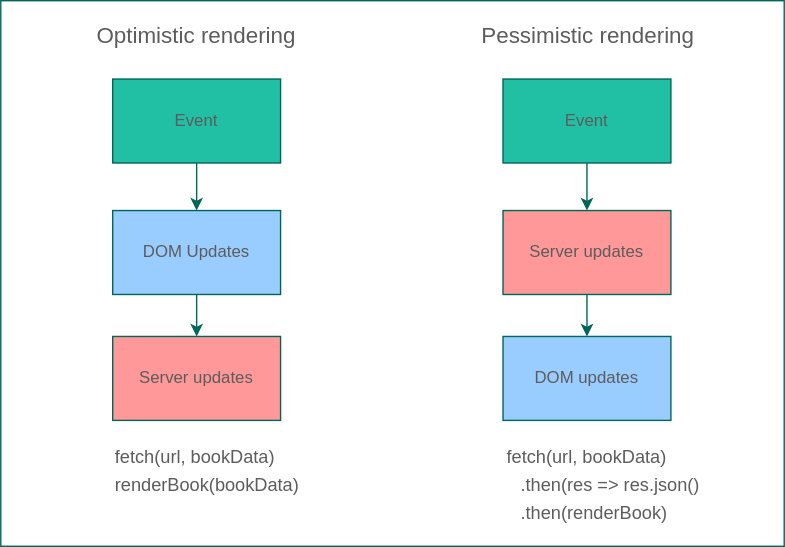
Earlier version of the draw.io export 05_POST_request/assets/optimistic-vs-pessimistic-rendering.drawio.svg (mayowa-aji/SENG-LIVE-112122-Phase-1-JS). Source tidied: cells renumbered, new cells last; positions are measured from the earlier drawing's top-left corner, leaving out a move shared by most shapes. Its diagram source:
```xml
<mxGraphModel>
  <root>
    <mxCell id="0" />
    <mxCell id="1" parent="0" />
    <mxCell id="2" style="rounded=0;whiteSpace=wrap;html=1;strokeColor=#006658;fontColor=#5C5C5C;fillColor=#FFFFFF;" parent="1" vertex="1">
      <mxGeometry width="560" height="390" as="geometry" />
    </mxCell>
    <mxCell id="3" value="Foreground" parent="0" />
    <mxCell id="4" style="edgeStyle=orthogonalEdgeStyle;rounded=0;jettySize=auto;html=1;strokeColor=#006658;fontColor=#5C5C5C;fillColor=#21C0A5;" parent="3" edge="1" source="5" target="7">
      <mxGeometry relative="1" as="geometry" />
    </mxCell>
    <mxCell id="5" value="Event" style="rounded=0;whiteSpace=wrap;html=1;strokeColor=#006658;fontColor=#5C5C5C;fillColor=#21C0A5;" parent="3" vertex="1">
      <mxGeometry x="80" y="56" width="120" height="60" as="geometry" />
    </mxCell>
    <mxCell id="6" style="edgeStyle=orthogonalEdgeStyle;rounded=0;jettySize=auto;html=1;strokeColor=#006658;fontColor=#5C5C5C;fillColor=#21C0A5;" parent="3" edge="1" source="7" target="8">
      <mxGeometry relative="1" as="geometry" />
    </mxCell>
    <mxCell id="7" value="DOM Updates" style="rounded=0;whiteSpace=wrap;html=1;strokeColor=#006658;fontColor=#5C5C5C;fillColor=#99CCFF;" parent="3" vertex="1">
      <mxGeometry x="80" y="150" width="120" height="60" as="geometry" />
    </mxCell>
    <mxCell id="8" value="Server updates" style="rounded=0;whiteSpace=wrap;html=1;strokeColor=#006658;fontColor=#5C5C5C;fillColor=#FF9999;" parent="3" vertex="1">
      <mxGeometry x="80" y="240" width="120" height="60" as="geometry" />
    </mxCell>
    <mxCell id="9" value="&lt;font style=&quot;font-size: 16px;&quot;&gt;Optimistic rendering&lt;/font&gt;" style="text;html=1;strokeColor=none;fillColor=none;align=center;verticalAlign=middle;whiteSpace=wrap;rounded=0;fontColor=#5C5C5C;" parent="3" vertex="1">
      <mxGeometry width="280" height="50" as="geometry" />
    </mxCell>
    <mxCell id="10" value="&lt;font style=&quot;font-size: 16px;&quot;&gt;Pessimistic rendering&lt;/font&gt;" style="text;html=1;strokeColor=none;fillColor=none;align=center;verticalAlign=middle;whiteSpace=wrap;rounded=0;fontColor=#5C5C5C;" parent="3" vertex="1">
      <mxGeometry x="280" width="280" height="50" as="geometry" />
    </mxCell>
    <mxCell id="11" style="edgeStyle=orthogonalEdgeStyle;rounded=0;jettySize=auto;html=1;strokeColor=#006658;fontSize=16;fontColor=#5C5C5C;fillColor=#21C0A5;" parent="3" edge="1" source="12" target="14">
      <mxGeometry relative="1" as="geometry" />
    </mxCell>
    <mxCell id="12" value="Event" style="rounded=0;whiteSpace=wrap;html=1;strokeColor=#006658;fontColor=#5C5C5C;fillColor=#21C0A5;" parent="3" vertex="1">
      <mxGeometry x="359" y="56" width="120" height="60" as="geometry" />
    </mxCell>
    <mxCell id="13" style="edgeStyle=orthogonalEdgeStyle;rounded=0;jettySize=auto;html=1;strokeColor=#006658;fontSize=16;fontColor=#5C5C5C;fillColor=#21C0A5;" parent="3" edge="1" source="14" target="15">
      <mxGeometry relative="1" as="geometry" />
    </mxCell>
    <mxCell id="14" value="Server updates" style="rounded=0;whiteSpace=wrap;html=1;strokeColor=#006658;fontColor=#5C5C5C;fillColor=#FF9999;" parent="3" vertex="1">
      <mxGeometry x="359" y="150" width="120" height="60" as="geometry" />
    </mxCell>
    <mxCell id="15" value="DOM updates" style="rounded=0;whiteSpace=wrap;html=1;strokeColor=#006658;fontColor=#5C5C5C;fillColor=#99CCFF;" parent="3" vertex="1">
      <mxGeometry x="359" y="240" width="120" height="60" as="geometry" />
    </mxCell>
    <mxCell id="16" value="&lt;font style=&quot;font-size: 13px;&quot;&gt;fetch(url, bookData)&lt;br&gt;renderBook(bookData)&lt;br&gt;&lt;/font&gt;" style="text;html=1;strokeColor=none;fillColor=none;align=left;verticalAlign=middle;whiteSpace=wrap;rounded=0;fontSize=16;fontColor=#5C5C5C;" parent="3" vertex="1">
      <mxGeometry x="80" y="310" width="120" height="50" as="geometry" />
    </mxCell>
    <mxCell id="17" style="group;" parent="3" vertex="1">
      <mxGeometry x="360" y="310" width="140" height="70" as="geometry" />
    </mxCell>
    <mxCell id="18" value="&lt;font style=&quot;font-size: 13px;&quot;&gt;fetch(url, bookData)&lt;br&gt;&lt;/font&gt;" style="text;html=1;strokeColor=none;fillColor=none;align=left;verticalAlign=middle;whiteSpace=wrap;rounded=0;fontSize=16;fontColor=#5C5C5C;" parent="17" vertex="1">
      <mxGeometry width="120" height="30" as="geometry" />
    </mxCell>
    <mxCell id="19" value="&lt;font style=&quot;font-size: 13px;&quot;&gt;.then(res =&amp;gt; res.json()&lt;br&gt;&lt;/font&gt;" style="text;html=1;strokeColor=none;fillColor=none;align=left;verticalAlign=middle;whiteSpace=wrap;rounded=0;fontSize=16;fontColor=#5C5C5C;" parent="17" vertex="1">
      <mxGeometry x="10" y="20" width="130" height="30" as="geometry" />
    </mxCell>
    <mxCell id="20" value="&lt;font style=&quot;font-size: 13px;&quot;&gt;.then(renderBook)&lt;br&gt;&lt;/font&gt;" style="text;html=1;strokeColor=none;fillColor=none;align=left;verticalAlign=middle;whiteSpace=wrap;rounded=0;fontSize=16;fontColor=#5C5C5C;" parent="17" vertex="1">
      <mxGeometry x="10" y="40" width="130" height="30" as="geometry" />
    </mxCell>
  </root>
</mxGraphModel>
```
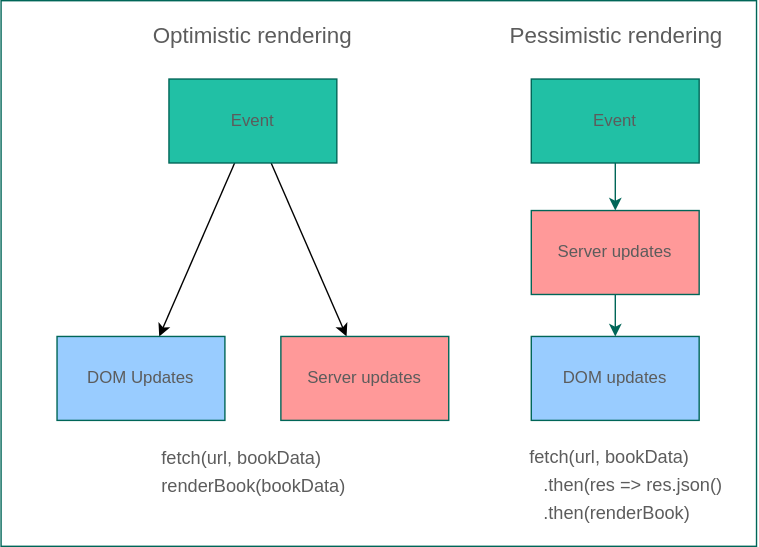
Later version of the same file.

The edit, as a diff of the source:
```diff
@@ -3,50 +3,50 @@
     <mxCell id="0" />
     <mxCell id="1" parent="0" />
     <mxCell id="2" style="rounded=0;whiteSpace=wrap;html=1;strokeColor=#006658;fontColor=#5C5C5C;fillColor=#FFFFFF;" parent="1" vertex="1">
-      <mxGeometry width="560" height="390" as="geometry" />
+      <mxGeometry width="540" height="390" as="geometry" />
     </mxCell>
     <mxCell id="3" value="Foreground" parent="0" />
+    <mxCell id="21" style="edgeStyle=none;html=1;strokeColor=#000000;" parent="3" edge="1" source="5" target="8">
+      <mxGeometry relative="1" as="geometry" />
+    </mxCell>
-    <mxCell id="4" style="edgeStyle=orthogonalEdgeStyle;rounded=0;jettySize=auto;html=1;strokeColor=#006658;fontColor=#5C5C5C;fillColor=#21C0A5;" parent="3" edge="1" source="5" target="7">
+    <mxCell id="4" style="edgeStyle=none;html=1;strokeColor=#000000;" parent="3" edge="1" source="5" target="7">
       <mxGeometry relative="1" as="geometry" />
     </mxCell>
     <mxCell id="5" value="Event" style="rounded=0;whiteSpace=wrap;html=1;strokeColor=#006658;fontColor=#5C5C5C;fillColor=#21C0A5;" parent="3" vertex="1">
-      <mxGeometry x="80" y="56" width="120" height="60" as="geometry" />
+      <mxGeometry x="120" y="56" width="120" height="60" as="geometry" />
     </mxCell>
-    <mxCell id="6" style="edgeStyle=orthogonalEdgeStyle;rounded=0;jettySize=auto;html=1;strokeColor=#006658;fontColor=#5C5C5C;fillColor=#21C0A5;" parent="3" edge="1" source="7" target="8">
-      <mxGeometry relative="1" as="geometry" />
-    </mxCell>
     <mxCell id="7" value="DOM Updates" style="rounded=0;whiteSpace=wrap;html=1;strokeColor=#006658;fontColor=#5C5C5C;fillColor=#99CCFF;" parent="3" vertex="1">
-      <mxGeometry x="80" y="150" width="120" height="60" as="geometry" />
+      <mxGeometry x="40" y="240" width="120" height="60" as="geometry" />
     </mxCell>
     <mxCell id="8" value="Server updates" style="rounded=0;whiteSpace=wrap;html=1;strokeColor=#006658;fontColor=#5C5C5C;fillColor=#FF9999;" parent="3" vertex="1">
-      <mxGeometry x="80" y="240" width="120" height="60" as="geometry" />
+      <mxGeometry x="200" y="240" width="120" height="60" as="geometry" />
     </mxCell>
     <mxCell id="9" value="&lt;font style=&quot;font-size: 16px;&quot;&gt;Optimistic rendering&lt;/font&gt;" style="text;html=1;strokeColor=none;fillColor=none;align=center;verticalAlign=middle;whiteSpace=wrap;rounded=0;fontColor=#5C5C5C;" parent="3" vertex="1">
-      <mxGeometry width="280" height="50" as="geometry" />
+      <mxGeometry x="50" width="260" height="50" as="geometry" />
     </mxCell>
     <mxCell id="10" value="&lt;font style=&quot;font-size: 16px;&quot;&gt;Pessimistic rendering&lt;/font&gt;" style="text;html=1;strokeColor=none;fillColor=none;align=center;verticalAlign=middle;whiteSpace=wrap;rounded=0;fontColor=#5C5C5C;" parent="3" vertex="1">
-      <mxGeometry x="280" width="280" height="50" as="geometry" />
+      <mxGeometry x="340" width="200" height="50" as="geometry" />
     </mxCell>
     <mxCell id="11" style="edgeStyle=orthogonalEdgeStyle;rounded=0;jettySize=auto;html=1;strokeColor=#006658;fontSize=16;fontColor=#5C5C5C;fillColor=#21C0A5;" parent="3" edge="1" source="12" target="14">
       <mxGeometry relative="1" as="geometry" />
     </mxCell>
     <mxCell id="12" value="Event" style="rounded=0;whiteSpace=wrap;html=1;strokeColor=#006658;fontColor=#5C5C5C;fillColor=#21C0A5;" parent="3" vertex="1">
-      <mxGeometry x="359" y="56" width="120" height="60" as="geometry" />
+      <mxGeometry x="379" y="56" width="120" height="60" as="geometry" />
     </mxCell>
     <mxCell id="13" style="edgeStyle=orthogonalEdgeStyle;rounded=0;jettySize=auto;html=1;strokeColor=#006658;fontSize=16;fontColor=#5C5C5C;fillColor=#21C0A5;" parent="3" edge="1" source="14" target="15">
       <mxGeometry relative="1" as="geometry" />
     </mxCell>
     <mxCell id="14" value="Server updates" style="rounded=0;whiteSpace=wrap;html=1;strokeColor=#006658;fontColor=#5C5C5C;fillColor=#FF9999;" parent="3" vertex="1">
-      <mxGeometry x="359" y="150" width="120" height="60" as="geometry" />
+      <mxGeometry x="379" y="150" width="120" height="60" as="geometry" />
     </mxCell>
     <mxCell id="15" value="DOM updates" style="rounded=0;whiteSpace=wrap;html=1;strokeColor=#006658;fontColor=#5C5C5C;fillColor=#99CCFF;" parent="3" vertex="1">
-      <mxGeometry x="359" y="240" width="120" height="60" as="geometry" />
+      <mxGeometry x="379" y="240" width="120" height="60" as="geometry" />
     </mxCell>
-    <mxCell id="16" value="&lt;font style=&quot;font-size: 13px;&quot;&gt;fetch(url, bookData)&lt;br&gt;renderBook(bookData)&lt;br&gt;&lt;/font&gt;" style="text;html=1;strokeColor=none;fillColor=none;align=left;verticalAlign=middle;whiteSpace=wrap;rounded=0;fontSize=16;fontColor=#5C5C5C;" parent="3" vertex="1">
-      <mxGeometry x="80" y="310" width="120" height="50" as="geometry" />
+    <mxCell id="16" value="&lt;font style=&quot;font-size: 13px;&quot;&gt;fetch(url, bookData)&lt;br&gt;renderBook(bookData)&lt;br&gt;&lt;/font&gt;" style="text;html=1;strokeColor=none;fillColor=none;align=left;verticalAlign=middle;whiteSpace=wrap;rounded=0;fontSize=16;fontColor=#5C5C5C;spacing=0;labelBorderColor=none;labelBackgroundColor=none;spacingTop=0;spacingLeft=5;" parent="3" vertex="1">
+      <mxGeometry x="110" y="306" width="140" height="60" as="geometry" />
     </mxCell>
     <mxCell id="17" style="group;" parent="3" vertex="1">
-      <mxGeometry x="360" y="310" width="140" height="70" as="geometry" />
+      <mxGeometry x="376" y="310" width="140" height="70" as="geometry" />
     </mxCell>
     <mxCell id="18" value="&lt;font style=&quot;font-size: 13px;&quot;&gt;fetch(url, bookData)&lt;br&gt;&lt;/font&gt;" style="text;html=1;strokeColor=none;fillColor=none;align=left;verticalAlign=middle;whiteSpace=wrap;rounded=0;fontSize=16;fontColor=#5C5C5C;" parent="17" vertex="1">
       <mxGeometry width="120" height="30" as="geometry" />
```
